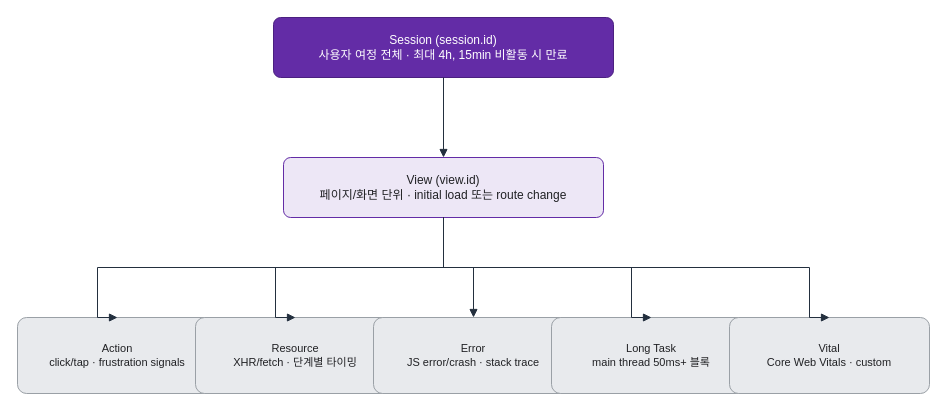
The draw.io diagram assets/img/observability/datadog-rum-01-data-model.drawio in KKamJi98/kkamji98.github.io, before the edit. Source tidied: cells renumbered, new cells numbered last; positions are measured from the earlier drawing's top-left corner, leaving out a move shared by most shapes. Both pictures are drawn from the tidied source at 100%, with x=0, y=0 at pixel (17, 17).
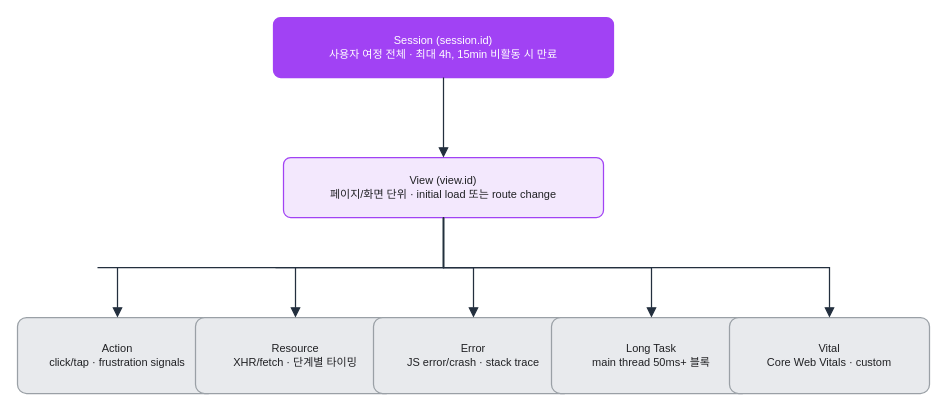
The same diagram, later.

The edit, as a diff of the source:
```diff
@@
-    <mxCell id="2" value="Session  (session.id)&#10;사용자 여정 전체 · 최대 4h, 15min 비활동 시 만료" style="rounded=1;whiteSpace=wrap;html=0;arcSize=12;shadow=0;fillColor=#632CA6;strokeColor=#4B2080;fontColor=#FFFFFF;fontSize=12;verticalAlign=middle;" parent="1" vertex="1">
+    <mxCell id="2" value="Session  (session.id)&#10;사용자 여정 전체 · 최대 4h, 15min 비활동 시 만료" style="rounded=1;whiteSpace=wrap;html=0;arcSize=12;shadow=0;fillColor=#A142F4;strokeColor=#A142F4;fontColor=#FFFFFF;fontSize=11;verticalAlign=middle;strokeWidth=1.25;" parent="1" vertex="1">
       <mxGeometry x="256" width="340" height="60" as="geometry" />
     </mxCell>
-    <mxCell id="3" value="View  (view.id)&#10;페이지/화면 단위 · initial load 또는 route change" style="rounded=1;whiteSpace=wrap;html=0;arcSize=12;shadow=0;fillColor=#EDE7F6;strokeColor=#632CA6;fontColor=#202124;fontSize=12;verticalAlign=middle;" parent="1" vertex="1">
+    <mxCell id="3" value="View  (view.id)&#10;페이지/화면 단위 · initial load 또는 route change" style="rounded=1;whiteSpace=wrap;html=0;arcSize=12;shadow=0;fillColor=#F3E8FD;strokeColor=#A142F4;fontColor=#202124;fontSize=11;verticalAlign=middle;strokeWidth=1.25;" parent="1" vertex="1">
       <mxGeometry x="266" y="140" width="320" height="60" as="geometry" />
     </mxCell>
-    <mxCell id="4" value="Action&#10;click/tap · frustration signals" style="rounded=1;whiteSpace=wrap;html=0;arcSize=12;shadow=0;fillColor=#E8EAED;strokeColor=#9AA0A6;fontColor=#202124;fontSize=11;verticalAlign=middle;" parent="1" vertex="1">
+    <mxCell id="4" value="Action&#10;click/tap · frustration signals" style="rounded=1;whiteSpace=wrap;html=0;arcSize=12;shadow=0;fillColor=#E8EAED;strokeColor=#9AA0A6;fontColor=#202124;fontSize=11;verticalAlign=middle;strokeWidth=1.25;" parent="1" vertex="1">
       <mxGeometry y="300" width="200" height="76" as="geometry" />
     </mxCell>
-    <mxCell id="5" value="Resource&#10;XHR/fetch · 단계별 타이밍" style="rounded=1;whiteSpace=wrap;html=0;arcSize=12;shadow=0;fillColor=#E8EAED;strokeColor=#9AA0A6;fontColor=#202124;fontSize=11;verticalAlign=middle;" parent="1" vertex="1">
+    <mxCell id="5" value="Resource&#10;XHR/fetch · 단계별 타이밍" style="rounded=1;whiteSpace=wrap;html=0;arcSize=12;shadow=0;fillColor=#E8EAED;strokeColor=#9AA0A6;fontColor=#202124;fontSize=11;verticalAlign=middle;strokeWidth=1.25;" parent="1" vertex="1">
       <mxGeometry x="178" y="300" width="200" height="76" as="geometry" />
     </mxCell>
-    <mxCell id="6" value="Error&#10;JS error/crash · stack trace" style="rounded=1;whiteSpace=wrap;html=0;arcSize=12;shadow=0;fillColor=#E8EAED;strokeColor=#9AA0A6;fontColor=#202124;fontSize=11;verticalAlign=middle;" parent="1" vertex="1">
+    <mxCell id="6" value="Error&#10;JS error/crash · stack trace" style="rounded=1;whiteSpace=wrap;html=0;arcSize=12;shadow=0;fillColor=#E8EAED;strokeColor=#9AA0A6;fontColor=#202124;fontSize=11;verticalAlign=middle;strokeWidth=1.25;" parent="1" vertex="1">
       <mxGeometry x="356" y="300" width="200" height="76" as="geometry" />
     </mxCell>
-    <mxCell id="7" value="Long Task&#10;main thread 50ms+ 블록" style="rounded=1;whiteSpace=wrap;html=0;arcSize=12;shadow=0;fillColor=#E8EAED;strokeColor=#9AA0A6;fontColor=#202124;fontSize=11;verticalAlign=middle;" parent="1" vertex="1">
+    <mxCell id="7" value="Long Task&#10;main thread 50ms+ 블록" style="rounded=1;whiteSpace=wrap;html=0;arcSize=12;shadow=0;fillColor=#E8EAED;strokeColor=#9AA0A6;fontColor=#202124;fontSize=11;verticalAlign=middle;strokeWidth=1.25;" parent="1" vertex="1">
       <mxGeometry x="534" y="300" width="200" height="76" as="geometry" />
     </mxCell>
-    <mxCell id="8" value="Vital&#10;Core Web Vitals · custom" style="rounded=1;whiteSpace=wrap;html=0;arcSize=12;shadow=0;fillColor=#E8EAED;strokeColor=#9AA0A6;fontColor=#202124;fontSize=11;verticalAlign=middle;" parent="1" vertex="1">
+    <mxCell id="8" value="Vital&#10;Core Web Vitals · custom" style="rounded=1;whiteSpace=wrap;html=0;arcSize=12;shadow=0;fillColor=#E8EAED;strokeColor=#9AA0A6;fontColor=#202124;fontSize=11;verticalAlign=middle;strokeWidth=1.25;" parent="1" vertex="1">
       <mxGeometry x="712" y="300" width="200" height="76" as="geometry" />
     </mxCell>
-    <mxCell id="9" style="edgeStyle=orthogonalEdgeStyle;rounded=0;html=0;exitX=0.5;exitY=1;entryX=0.5;entryY=0;strokeColor=#232F3E;endArrow=block;labelBackgroundColor=none;" parent="1" edge="1" source="2" target="3">
+    <mxCell id="9" style="edgeStyle=orthogonalEdgeStyle;rounded=0;html=0;exitX=0.5;exitY=1;entryX=0.5;entryY=0;strokeColor=#232F3E;endArrow=block;labelBackgroundColor=none;strokeWidth=1.25;endSize=7;fontColor=#202124;" parent="1" edge="1" source="2" target="3">
       <mxGeometry relative="1" as="geometry" />
     </mxCell>
-    <mxCell id="10" style="edgeStyle=orthogonalEdgeStyle;rounded=0;html=0;exitX=0.5;exitY=1;entryX=0.5;entryY=0;strokeColor=#232F3E;endArrow=block;labelBackgroundColor=none;" parent="1" edge="1" source="3" target="4">
+    <mxCell id="10" style="edgeStyle=orthogonalEdgeStyle;rounded=0;html=0;exitX=0.5;exitY=1;entryX=0.5;entryY=0;strokeColor=#232F3E;endArrow=block;labelBackgroundColor=none;strokeWidth=1.25;endSize=7;fontColor=#202124;" parent="1" edge="1" source="3" target="4">
       <mxGeometry relative="1" as="geometry">
         <Array as="points">
           <mxPoint x="426" y="250" />
           <mxPoint x="80" y="250" />
+          <mxPoint x="100" y="250" />
         </Array>
       </mxGeometry>
     </mxCell>
-    <mxCell id="11" style="edgeStyle=orthogonalEdgeStyle;rounded=0;html=0;exitX=0.5;exitY=1;entryX=0.5;entryY=0;strokeColor=#232F3E;endArrow=block;labelBackgroundColor=none;" parent="1" edge="1" source="3" target="5">
+    <mxCell id="11" style="edgeStyle=orthogonalEdgeStyle;rounded=0;html=0;exitX=0.5;exitY=1;entryX=0.5;entryY=0;strokeColor=#232F3E;endArrow=block;labelBackgroundColor=none;strokeWidth=1.25;endSize=7;fontColor=#202124;" parent="1" edge="1" source="3" target="5">
       <mxGeometry relative="1" as="geometry">
         <Array as="points">
           <mxPoint x="426" y="250" />
           <mxPoint x="258" y="250" />
+          <mxPoint x="278" y="250" />
         </Array>
       </mxGeometry>
     </mxCell>
-    <mxCell id="12" style="edgeStyle=orthogonalEdgeStyle;rounded=0;html=0;exitX=0.5;exitY=1;entryX=0.5;entryY=0;strokeColor=#232F3E;endArrow=block;labelBackgroundColor=none;" parent="1" edge="1" source="3" target="6">
+    <mxCell id="12" style="edgeStyle=orthogonalEdgeStyle;rounded=0;html=0;exitX=0.5;exitY=1;entryX=0.5;entryY=0;strokeColor=#232F3E;endArrow=block;labelBackgroundColor=none;strokeWidth=1.25;endSize=7;fontColor=#202124;" parent="1" edge="1" source="3" target="6">
       <mxGeometry relative="1" as="geometry" />
     </mxCell>
-    <mxCell id="13" style="edgeStyle=orthogonalEdgeStyle;rounded=0;html=0;exitX=0.5;exitY=1;entryX=0.5;entryY=0;strokeColor=#232F3E;endArrow=block;labelBackgroundColor=none;" parent="1" edge="1" source="3" target="7">
+    <mxCell id="13" style="edgeStyle=orthogonalEdgeStyle;rounded=0;html=0;exitX=0.5;exitY=1;entryX=0.5;entryY=0;strokeColor=#232F3E;endArrow=block;labelBackgroundColor=none;strokeWidth=1.25;endSize=7;fontColor=#202124;" parent="1" edge="1" source="3" target="7">
       <mxGeometry relative="1" as="geometry">
         <Array as="points">
           <mxPoint x="426" y="250" />
           <mxPoint x="614" y="250" />
+          <mxPoint x="634" y="250" />
         </Array>
       </mxGeometry>
     </mxCell>
-    <mxCell id="14" style="edgeStyle=orthogonalEdgeStyle;rounded=0;html=0;exitX=0.5;exitY=1;entryX=0.5;entryY=0;strokeColor=#232F3E;endArrow=block;labelBackgroundColor=none;" parent="1" edge="1" source="3" target="8">
+    <mxCell id="14" style="edgeStyle=orthogonalEdgeStyle;rounded=0;html=0;exitX=0.5;exitY=1;entryX=0.5;entryY=0;strokeColor=#232F3E;endArrow=block;labelBackgroundColor=none;strokeWidth=1.25;endSize=7;fontColor=#202124;" parent="1" edge="1" source="3" target="8">
       <mxGeometry relative="1" as="geometry">
         <Array as="points">
           <mxPoint x="426" y="250" />
           <mxPoint x="792" y="250" />
+          <mxPoint x="812" y="250" />
         </Array>
       </mxGeometry>
     </mxCell>
```
